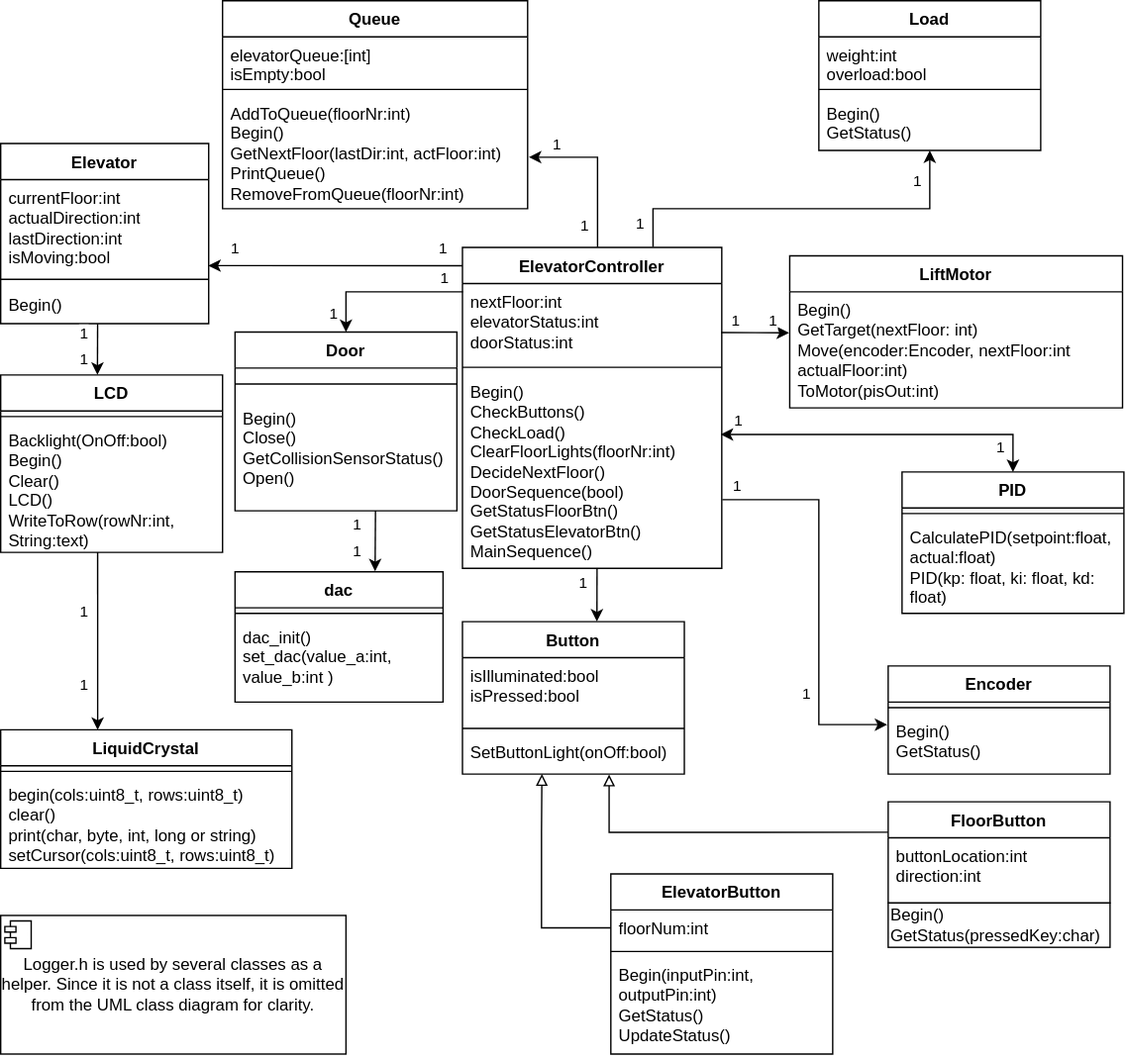
Before: Documents/UMLDiagramElevator.drawio.svg, a diagram exported from draw.io (johannesKringlen/MAS246_Project). Source tidied: cells renumbered, new cells last; positions are measured from the earlier drawing's top-left corner, leaving out a move shared by most shapes.
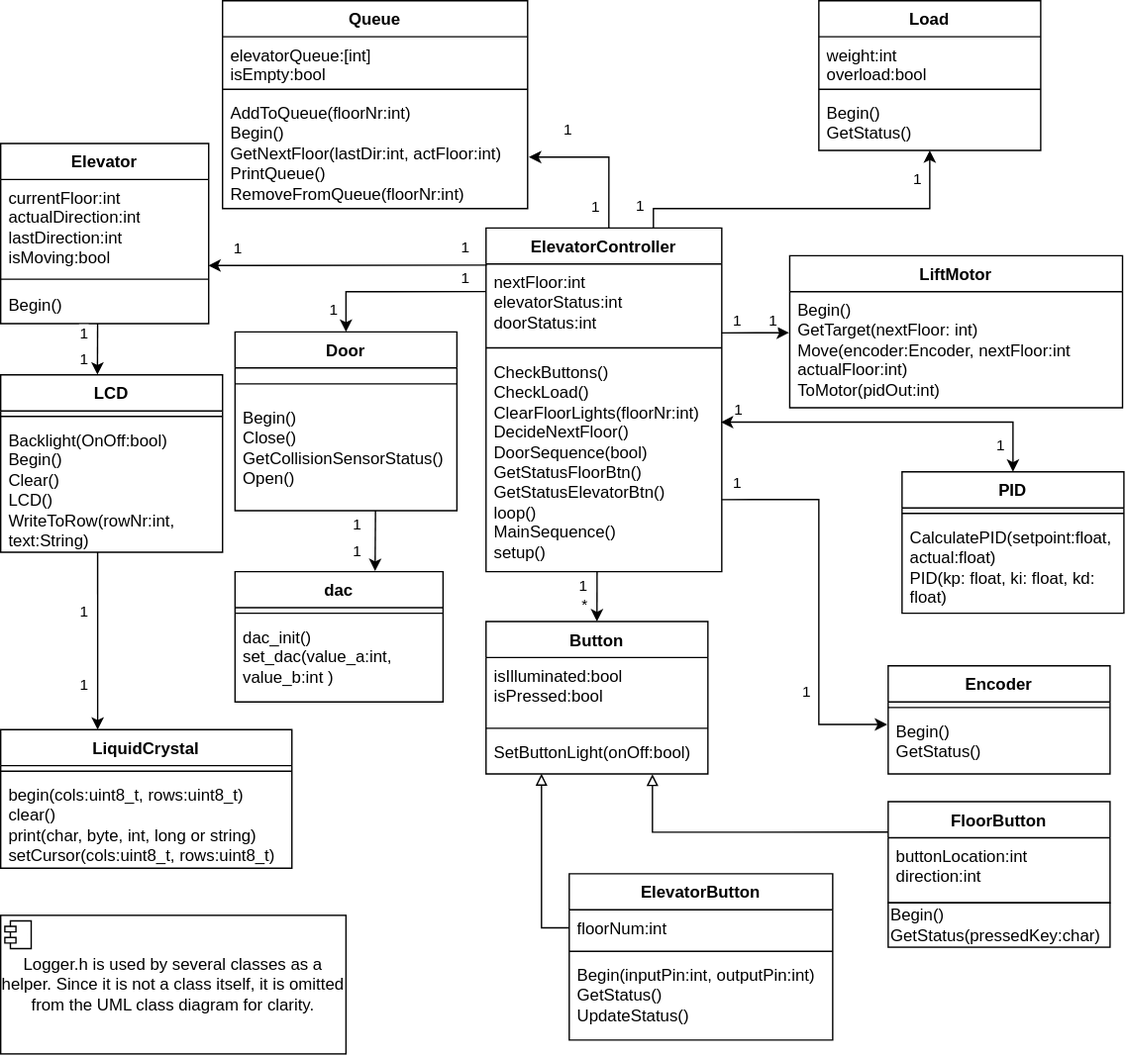
The same file after the commit.

Commit message:
Updated UML and list

The edit, as a diff of the source:
```diff
@@ -2,27 +2,27 @@
   <root>
     <mxCell id="0" />
     <mxCell id="1" parent="0" />
-    <mxCell id="2" value="1" style="edgeStyle=none;rounded=0;jettySize=auto;html=1;exitX=0.519;exitY=1;exitDx=0;exitDy=0;endArrow=classic;endFill=1;entryX=0.606;entryY=-0.001;entryDx=0;entryDy=0;exitPerimeter=0;startArrow=none;startFill=0;entryPerimeter=0;" parent="1" edge="1" source="7" target="10">
+    <mxCell id="2" value="1" style="edgeStyle=none;rounded=0;jettySize=auto;html=1;exitX=0.471;exitY=1.001;exitDx=0;exitDy=0;endArrow=classic;endFill=1;entryX=0.5;entryY=0;entryDx=0;entryDy=0;exitPerimeter=0;startArrow=none;startFill=0;" parent="1" edge="1" source="7" target="10">
       <mxGeometry x="-0.45" y="-10" relative="1" as="geometry" />
     </mxCell>
     <mxCell id="3" value="*" style="edgeLabel;html=1;align=center;verticalAlign=middle;inheritText=1;" parent="2" vertex="1">
       <mxGeometry x="0.5" relative="1" as="geometry">
-        <mxPoint x="-10" y="14" as="offset" />
+        <mxPoint x="-10" y="-4" as="offset" />
       </mxGeometry>
     </mxCell>
     <mxCell id="4" value="ElevatorController" style="swimlane;fontStyle=1;align=center;verticalAlign=top;horizontal=1;startSize=26;whiteSpace=wrap;html=1;" parent="1" vertex="1">
-      <mxGeometry x="333" y="178" width="187" height="231.5" as="geometry" />
+      <mxGeometry x="350" y="164" width="170" height="248" as="geometry" />
     </mxCell>
     <mxCell id="5" value="nextFloor:int&lt;div&gt;elevatorStatus:int&lt;/div&gt;&lt;div&gt;doorStatus:int&lt;/div&gt;" style="text;strokeColor=none;fillColor=none;align=left;verticalAlign=top;spacingLeft=4;spacingRight=4;overflow=hidden;points=[[0,0.5],[1,0.5]];portConstraint=eastwest;whiteSpace=wrap;html=1;" parent="4" vertex="1">
-      <mxGeometry y="26" width="187" height="56.5" as="geometry" />
+      <mxGeometry y="26" width="170" height="56.5" as="geometry" />
     </mxCell>
     <mxCell id="6" style="line;strokeWidth=1;fillColor=none;align=left;verticalAlign=middle;spacingTop=-1;spacingLeft=3;spacingRight=3;labelPosition=right;strokeColor=inherit;" parent="4" vertex="1">
-      <mxGeometry y="82.5" width="187" height="8" as="geometry" />
+      <mxGeometry y="82.5" width="170" height="8" as="geometry" />
     </mxCell>
-    <mxCell id="7" value="&lt;div&gt;Begin()&lt;/div&gt;&lt;div&gt;CheckButtons()&lt;/div&gt;&lt;div&gt;CheckLoad()&lt;/div&gt;&lt;div&gt;ClearFloorLights(floorNr:int)&lt;/div&gt;DecideNextFloor()&lt;div&gt;DoorSequence(bool)&lt;/div&gt;&lt;div&gt;GetStatusFloorBtn()&lt;/div&gt;&lt;div&gt;GetStatusElevatorBtn()&lt;/div&gt;&lt;div&gt;MainSequence()&lt;/div&gt;&lt;div&gt;&lt;br&gt;&lt;/div&gt;" style="text;strokeColor=none;fillColor=none;align=left;verticalAlign=top;spacingLeft=4;spacingRight=4;overflow=hidden;points=[[0,0.5],[1,0.5]];portConstraint=eastwest;whiteSpace=wrap;html=1;" parent="4" vertex="1">
-      <mxGeometry y="90.5" width="187" height="141" as="geometry" />
+    <mxCell id="7" value="&lt;div&gt;&lt;span style=&quot;background-color: transparent; color: light-dark(#000000, var(--ge-light-color, #ffffff));&quot;&gt;CheckButtons()&lt;/span&gt;&lt;/div&gt;&lt;div&gt;CheckLoad()&lt;/div&gt;&lt;div&gt;ClearFloorLights(floorNr:int)&lt;/div&gt;DecideNextFloor()&lt;div&gt;DoorSequence(bool)&lt;/div&gt;&lt;div&gt;GetStatusFloorBtn()&lt;/div&gt;&lt;div&gt;GetStatusElevatorBtn()&lt;/div&gt;&lt;div&gt;loop()&lt;/div&gt;&lt;div&gt;MainSequence()&lt;/div&gt;&lt;div&gt;setup()&lt;/div&gt;&lt;div&gt;&lt;br&gt;&lt;/div&gt;" style="text;strokeColor=none;fillColor=none;align=left;verticalAlign=top;spacingLeft=4;spacingRight=4;overflow=hidden;points=[[0,0.5],[1,0.5]];portConstraint=eastwest;whiteSpace=wrap;html=1;" parent="4" vertex="1">
+      <mxGeometry y="90.5" width="170" height="157.5" as="geometry" />
     </mxCell>
-    <mxCell id="8" style="edgeStyle=none;rounded=0;jettySize=auto;html=1;endArrow=none;endFill=0;startArrow=block;startFill=0;exitX=0.358;exitY=0.996;exitDx=0;exitDy=0;exitPerimeter=0;entryX=0;entryY=0.5;entryDx=0;entryDy=0;" parent="1" edge="1" source="13" target="79">
+    <mxCell id="8" style="edgeStyle=none;rounded=0;jettySize=auto;html=1;endArrow=none;endFill=0;startArrow=block;startFill=0;exitX=0.25;exitY=0.995;exitDx=0;exitDy=0;exitPerimeter=0;entryX=0;entryY=0.5;entryDx=0;entryDy=0;" parent="1" edge="1" source="13" target="79">
       <mxGeometry x="-0.5" relative="1" as="geometry">
         <Array as="points">
           <mxPoint x="390" y="600" />
@@ -30,16 +30,16 @@
         </Array>
       </mxGeometry>
     </mxCell>
-    <mxCell id="9" style="edgeStyle=none;rounded=0;jettySize=auto;html=1;exitX=0.661;exitY=1.009;exitDx=0;exitDy=0;entryX=0;entryY=0.301;entryDx=0;entryDy=0;endArrow=none;endFill=0;startArrow=block;startFill=0;exitPerimeter=0;entryPerimeter=0;" parent="1" edge="1" source="13" target="14">
+    <mxCell id="9" style="edgeStyle=none;rounded=0;jettySize=auto;html=1;exitX=0.75;exitY=1.006;exitDx=0;exitDy=0;entryX=0;entryY=0.301;entryDx=0;entryDy=0;endArrow=none;endFill=0;startArrow=block;startFill=0;exitPerimeter=0;entryPerimeter=0;" parent="1" edge="1" source="13" target="14">
       <mxGeometry x="-0.35" relative="1" as="geometry">
         <Array as="points">
-          <mxPoint x="438.8" y="600" />
+          <mxPoint x="470" y="600" />
           <mxPoint x="480" y="600" />
         </Array>
       </mxGeometry>
     </mxCell>
     <mxCell id="10" value="Button" style="swimlane;fontStyle=1;align=center;verticalAlign=top;horizontal=1;startSize=26;whiteSpace=wrap;html=1;" parent="1" vertex="1">
-      <mxGeometry x="333" y="448" width="160" height="110" as="geometry" />
+      <mxGeometry x="350" y="448" width="160" height="110" as="geometry" />
     </mxCell>
     <mxCell id="11" value="isIlluminated:bool&lt;div&gt;isPressed:bool&lt;/div&gt;" style="text;strokeColor=none;fillColor=none;align=left;verticalAlign=top;spacingLeft=4;spacingRight=4;overflow=hidden;whiteSpace=wrap;html=1;" parent="10" vertex="1">
       <mxGeometry y="26" width="160" height="47" as="geometry" />
@@ -59,10 +59,10 @@
     <mxCell id="16" value="LiftMotor" style="swimlane;fontStyle=1;align=center;verticalAlign=top;horizontal=1;startSize=26;whiteSpace=wrap;html=1;" parent="1" vertex="1">
       <mxGeometry x="569" y="184" width="240" height="109.8" as="geometry" />
     </mxCell>
-    <mxCell id="17" value="&lt;div&gt;Begin()&lt;/div&gt;&lt;div&gt;GetTarget(nextFloor: int)&lt;/div&gt;&lt;div&gt;Move(encoder:Encoder, nextFloor:int actualFloor:int)&lt;/div&gt;&lt;div&gt;ToMotor(pisOut:int)&lt;/div&gt;" style="text;strokeColor=none;fillColor=none;align=left;verticalAlign=top;spacingLeft=4;spacingRight=4;overflow=hidden;points=[[0,0.5],[1,0.5]];portConstraint=eastwest;whiteSpace=wrap;html=1;" parent="16" vertex="1">
+    <mxCell id="17" value="&lt;div&gt;Begin()&lt;/div&gt;&lt;div&gt;GetTarget(nextFloor: int)&lt;/div&gt;&lt;div&gt;Move(encoder:Encoder, nextFloor:int actualFloor:int)&lt;/div&gt;&lt;div&gt;ToMotor(pidOut:int)&lt;/div&gt;" style="text;strokeColor=none;fillColor=none;align=left;verticalAlign=top;spacingLeft=4;spacingRight=4;overflow=hidden;points=[[0,0.5],[1,0.5]];portConstraint=eastwest;whiteSpace=wrap;html=1;" parent="16" vertex="1">
       <mxGeometry y="26" width="240" height="83.8" as="geometry" />
     </mxCell>
-    <mxCell id="18" style="edgeStyle=none;rounded=0;jettySize=auto;html=1;entryX=0.998;entryY=0.626;entryDx=0;entryDy=0;endArrow=none;endFill=0;entryPerimeter=0;exitX=-0.002;exitY=0.353;exitDx=0;exitDy=0;exitPerimeter=0;startArrow=classic;startFill=1;" parent="1" edge="1" source="17" target="5">
+    <mxCell id="18" style="edgeStyle=none;rounded=0;jettySize=auto;html=1;entryX=1;entryY=0.88;entryDx=0;entryDy=0;endArrow=none;endFill=0;entryPerimeter=0;exitX=-0.002;exitY=0.353;exitDx=0;exitDy=0;exitPerimeter=0;startArrow=classic;startFill=1;" parent="1" edge="1" source="17" target="5">
       <mxGeometry relative="1" as="geometry" />
     </mxCell>
     <mxCell id="19" value="1" style="edgeLabel;html=1;align=center;verticalAlign=middle;inheritText=1;" parent="18" vertex="1">
@@ -75,7 +75,7 @@
         <mxPoint y="-10" as="offset" />
       </mxGeometry>
     </mxCell>
-    <mxCell id="21" style="edgeStyle=none;rounded=0;jettySize=auto;html=1;endArrow=none;endFill=0;entryX=0;entryY=0.057;entryDx=0;entryDy=0;entryPerimeter=0;startArrow=classic;startFill=1;exitX=0.998;exitY=0.92;exitDx=0;exitDy=0;exitPerimeter=0;" parent="1" edge="1" source="35" target="4">
+    <mxCell id="21" style="edgeStyle=none;rounded=0;jettySize=auto;html=1;endArrow=none;endFill=0;entryX=0.003;entryY=0.014;entryDx=0;entryDy=0;entryPerimeter=0;startArrow=classic;startFill=1;exitX=0.998;exitY=0.92;exitDx=0;exitDy=0;exitPerimeter=0;" parent="1" edge="1" source="35" target="5">
       <mxGeometry relative="1" as="geometry" />
     </mxCell>
     <mxCell id="22" value="1" style="edgeLabel;html=1;align=center;verticalAlign=middle;inheritText=1;" parent="21" vertex="1">
@@ -139,8 +139,8 @@
     <mxCell id="40" value="Begin()&lt;br&gt;Close()&lt;div&gt;GetCollisionSensorStatus()&lt;br&gt;&lt;div&gt;Open()&lt;/div&gt;&lt;/div&gt;" style="text;strokeColor=none;fillColor=none;align=left;verticalAlign=top;spacingLeft=4;spacingRight=4;overflow=hidden;points=[[0,0.5],[1,0.5]];portConstraint=eastwest;whiteSpace=wrap;html=1;" parent="38" vertex="1">
       <mxGeometry y="49" width="160" height="80" as="geometry" />
     </mxCell>
-    <mxCell id="41" style="endArrow=none;html=1;rounded=0;exitX=0.5;exitY=0;exitDx=0;exitDy=0;startArrow=classic;startFill=1;entryX=0.002;entryY=0.106;entryDx=0;entryDy=0;entryPerimeter=0;" parent="1" edge="1" source="38" target="5">
-      <mxGeometry x="0.25" relative="1" as="geometry">
+    <mxCell id="41" style="endArrow=none;html=1;rounded=0;exitX=0.5;exitY=0;exitDx=0;exitDy=0;startArrow=classic;startFill=1;entryX=0;entryY=0.353;entryDx=0;entryDy=0;entryPerimeter=0;" parent="1" edge="1" source="38" target="5">
+      <mxGeometry x="0.24" relative="1" as="geometry">
         <Array as="points">
           <mxPoint x="249" y="210" />
           <mxPoint x="280" y="210" />
@@ -148,7 +148,7 @@
       </mxGeometry>
     </mxCell>
     <mxCell id="42" value="1" style="edgeLabel;html=1;align=center;verticalAlign=middle;inheritText=1;" parent="41" vertex="1">
-      <mxGeometry x="-0.74" relative="1" as="geometry">
+      <mxGeometry x="-0.73" relative="1" as="geometry">
         <mxPoint x="-10" as="offset" />
       </mxGeometry>
     </mxCell>
@@ -172,11 +172,11 @@
     <mxCell id="48" value="&lt;div&gt;Begin()&lt;/div&gt;GetStatus()" style="text;strokeColor=none;fillColor=none;align=left;verticalAlign=top;spacingLeft=4;spacingRight=4;overflow=hidden;whiteSpace=wrap;html=1;" parent="45" vertex="1">
       <mxGeometry y="68" width="160" height="40" as="geometry" />
     </mxCell>
-    <mxCell id="49" style="edgeStyle=orthogonalEdgeStyle;rounded=0;jettySize=auto;html=1;exitX=0.5;exitY=1;exitDx=0;exitDy=0;entryX=0.735;entryY=-0.002;entryDx=0;entryDy=0;entryPerimeter=0;endArrow=none;endFill=0;startArrow=classic;startFill=1;" parent="1" edge="1" source="45" target="4">
-      <mxGeometry x="0.1" relative="1" as="geometry">
+    <mxCell id="49" style="edgeStyle=orthogonalEdgeStyle;rounded=0;jettySize=auto;html=1;exitX=0.5;exitY=1;exitDx=0;exitDy=0;entryX=0.71;entryY=0;entryDx=0;entryDy=0;entryPerimeter=0;endArrow=none;endFill=0;startArrow=classic;startFill=1;" parent="1" edge="1" source="45" target="4">
+      <mxGeometry x="0.12" relative="1" as="geometry">
         <Array as="points">
           <mxPoint x="670" y="150" />
-          <mxPoint x="470.4" y="150" />
+          <mxPoint x="470.7" y="150" />
         </Array>
       </mxGeometry>
     </mxCell>
@@ -190,7 +190,7 @@
         <mxPoint x="-10" as="offset" />
       </mxGeometry>
     </mxCell>
-    <mxCell id="52" style="edgeStyle=orthogonalEdgeStyle;rounded=0;jettySize=auto;html=1;exitX=-0.004;exitY=0.189;exitDx=0;exitDy=0;endArrow=none;endFill=0;entryX=1.002;entryY=0.649;entryDx=0;entryDy=0;entryPerimeter=0;startArrow=classic;startFill=1;exitPerimeter=0;" parent="1" edge="1" source="33" target="7">
+    <mxCell id="52" style="edgeStyle=orthogonalEdgeStyle;rounded=0;jettySize=auto;html=1;exitX=-0.004;exitY=0.189;exitDx=0;exitDy=0;endArrow=none;endFill=0;entryX=1;entryY=0.67;entryDx=0;entryDy=0;entryPerimeter=0;startArrow=classic;startFill=1;exitPerimeter=0;" parent="1" edge="1" source="33" target="7">
       <mxGeometry x="-0.38" relative="1" as="geometry">
         <Array as="points">
           <mxPoint x="590" y="522.3" />
@@ -199,12 +199,12 @@
       </mxGeometry>
     </mxCell>
     <mxCell id="53" value="1" style="edgeLabel;html=1;align=center;verticalAlign=middle;inheritText=1;" parent="52" vertex="1">
-      <mxGeometry x="0.33" relative="1" as="geometry">
+      <mxGeometry x="0.34" relative="1" as="geometry">
         <mxPoint x="-60" y="-35" as="offset" />
       </mxGeometry>
     </mxCell>
     <mxCell id="54" value="1" style="edgeLabel;html=1;align=center;verticalAlign=middle;inheritText=1;" parent="52" vertex="1">
-      <mxGeometry x="-0.49" y="1" relative="1" as="geometry">
+      <mxGeometry x="-0.48" y="1" relative="1" as="geometry">
         <mxPoint x="-9" as="offset" />
       </mxGeometry>
     </mxCell>
@@ -227,7 +227,7 @@
     <mxCell id="59" style="line;strokeWidth=1;fillColor=none;align=left;verticalAlign=middle;spacingTop=-1;spacingLeft=3;spacingRight=3;labelPosition=right;strokeColor=inherit;" parent="58" vertex="1">
       <mxGeometry y="26" width="160" height="8" as="geometry" />
     </mxCell>
-    <mxCell id="60" value="&lt;div&gt;Backlight(OnOff:bool)&lt;/div&gt;Begin()&lt;div&gt;Clear()&lt;/div&gt;&lt;div&gt;LCD()&lt;/div&gt;&lt;div&gt;WriteToRow(rowNr:int, String:text)&lt;/div&gt;&lt;div&gt;&lt;br&gt;&lt;/div&gt;" style="text;strokeColor=none;fillColor=none;align=left;verticalAlign=top;spacingLeft=4;spacingRight=4;overflow=hidden;points=[[0,0.5],[1,0.5]];portConstraint=eastwest;whiteSpace=wrap;html=1;" parent="58" vertex="1">
+    <mxCell id="60" value="&lt;div&gt;Backlight(OnOff:bool)&lt;/div&gt;Begin()&lt;div&gt;Clear()&lt;/div&gt;&lt;div&gt;LCD()&lt;/div&gt;&lt;div&gt;WriteToRow(rowNr:int, text:String)&lt;/div&gt;&lt;div&gt;&lt;br&gt;&lt;/div&gt;" style="text;strokeColor=none;fillColor=none;align=left;verticalAlign=top;spacingLeft=4;spacingRight=4;overflow=hidden;points=[[0,0.5],[1,0.5]];portConstraint=eastwest;whiteSpace=wrap;html=1;" parent="58" vertex="1">
       <mxGeometry y="34" width="160" height="94" as="geometry" />
     </mxCell>
     <mxCell id="61" value="LiquidCrystal" style="swimlane;fontStyle=1;align=center;verticalAlign=top;horizontal=1;startSize=26;whiteSpace=wrap;html=1;" parent="1" vertex="1">
@@ -298,16 +298,16 @@
       </mxGeometry>
     </mxCell>
     <mxCell id="78" value="ElevatorButton" style="swimlane;fontStyle=1;align=center;verticalAlign=top;horizontal=1;startSize=26;whiteSpace=wrap;html=1;" parent="1" vertex="1">
-      <mxGeometry x="440" y="630" width="160" height="130" as="geometry" />
+      <mxGeometry x="410" y="630" width="190" height="120" as="geometry" />
     </mxCell>
     <mxCell id="79" value="floorNum:int" style="text;strokeColor=none;fillColor=none;align=left;verticalAlign=top;spacingLeft=4;spacingRight=4;overflow=hidden;points=[[0,0.5],[1,0.5]];portConstraint=eastwest;whiteSpace=wrap;html=1;" parent="78" vertex="1">
-      <mxGeometry y="26" width="160" height="26" as="geometry" />
+      <mxGeometry y="26" width="190" height="26" as="geometry" />
     </mxCell>
     <mxCell id="80" style="line;strokeWidth=1;fillColor=none;align=left;verticalAlign=middle;spacingTop=-1;spacingLeft=3;spacingRight=3;labelPosition=right;strokeColor=inherit;labelPerimeter=1;" parent="78" vertex="1">
-      <mxGeometry y="52" width="160" height="8" as="geometry" />
+      <mxGeometry y="52" width="190" height="8" as="geometry" />
     </mxCell>
     <mxCell id="81" value="Begin(inputPin:int, outputPin:int)&lt;div&gt;GetStatus()&lt;/div&gt;&lt;div&gt;UpdateStatus()&lt;/div&gt;" style="text;strokeColor=none;fillColor=none;align=left;verticalAlign=top;spacingLeft=4;spacingRight=4;overflow=hidden;whiteSpace=wrap;html=1;" parent="78" vertex="1">
-      <mxGeometry y="60" width="160" height="70" as="geometry" />
+      <mxGeometry y="60" width="190" height="60" as="geometry" />
     </mxCell>
     <mxCell id="82" style="edgeStyle=orthogonalEdgeStyle;rounded=0;jettySize=auto;html=1;exitX=1.004;exitY=0.547;exitDx=0;exitDy=0;entryX=0.521;entryY=-0.001;entryDx=0;entryDy=0;entryPerimeter=0;endArrow=none;endFill=0;startArrow=classic;startFill=1;exitPerimeter=0;" parent="1" edge="1" source="27" target="4">
       <mxGeometry x="0.61" relative="1" as="geometry" />
```
